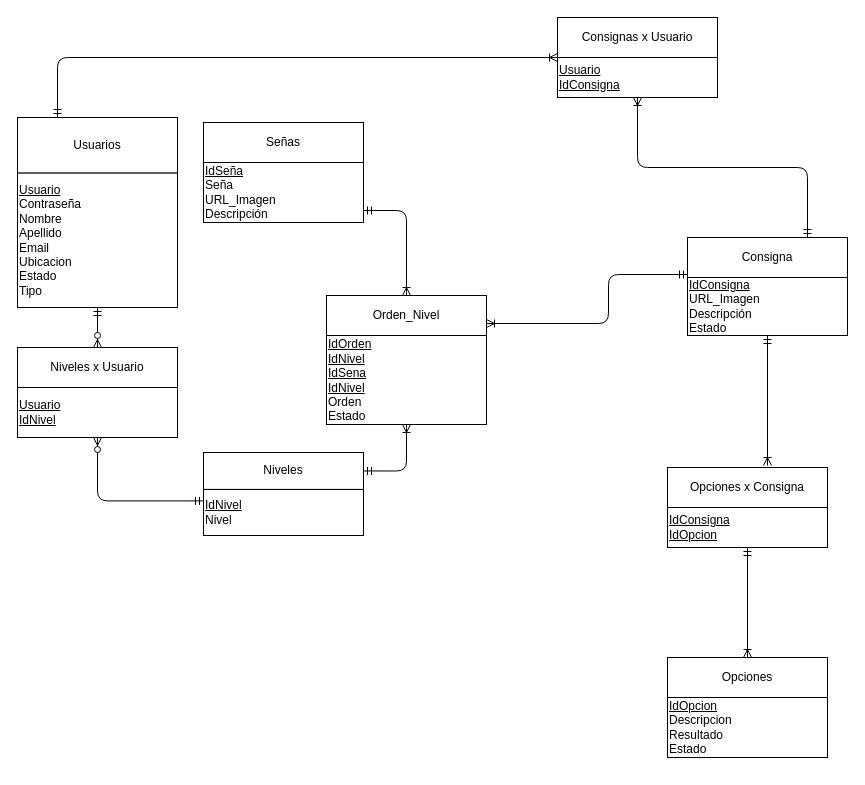
Earlier version of the draw.io diagram Documentación/DER.drawio (AxelNegro/PA2_Grupo1). Source tidied: cells renumbered, new cells numbered last; positions are measured from the earlier drawing's top-left corner, leaving out a move shared by most shapes. Both pictures are drawn from the tidied source at 100%, with x=0, y=0 at pixel (17, 17).
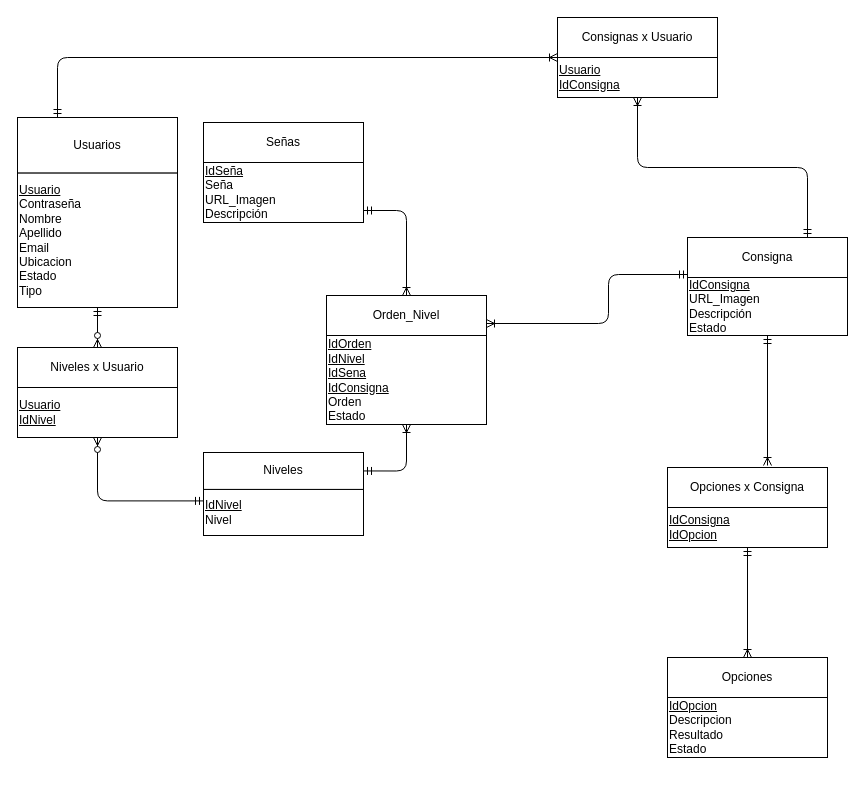
The same diagram, later.

Unchanged cells that the change refers to:
```xml
<mxCell id="31" style="group;" parent="1" vertex="1">
  <mxGeometry x="309" y="278" width="160" height="129" as="geometry" />
</mxCell>
```

The edit, as a diff of the source:
```diff
@@
-    <mxCell id="32" value="&lt;div&gt;&lt;u&gt;IdOrden&lt;br&gt;&lt;/u&gt;&lt;/div&gt;&lt;div&gt;&lt;u&gt;IdNivel&lt;/u&gt;&lt;br&gt;&lt;u&gt;&lt;u&gt;IdSena&lt;/u&gt;&lt;/u&gt;&lt;/div&gt;&lt;div&gt;&lt;u&gt;IdNivel&lt;/u&gt;&lt;/div&gt;&lt;div&gt;Orden&lt;/div&gt;&lt;div&gt;Estado&lt;br&gt;&lt;/div&gt;" style="rounded=0;whiteSpace=wrap;html=1;align=left;" parent="31" vertex="1">
+    <mxCell id="32" value="&lt;div&gt;&lt;u&gt;IdOrden&lt;br&gt;&lt;/u&gt;&lt;/div&gt;&lt;div&gt;&lt;u&gt;IdNivel&lt;/u&gt;&lt;br&gt;&lt;u&gt;&lt;u&gt;IdSena&lt;/u&gt;&lt;/u&gt;&lt;/div&gt;&lt;div&gt;&lt;u&gt;IdConsigna&lt;/u&gt;&lt;/div&gt;&lt;div&gt;Orden&lt;/div&gt;&lt;div&gt;Estado&lt;br&gt;&lt;/div&gt;" style="rounded=0;whiteSpace=wrap;html=1;align=left;" parent="31" vertex="1">
       <mxGeometry y="40" width="160" height="89" as="geometry" />
     </mxCell>
```
